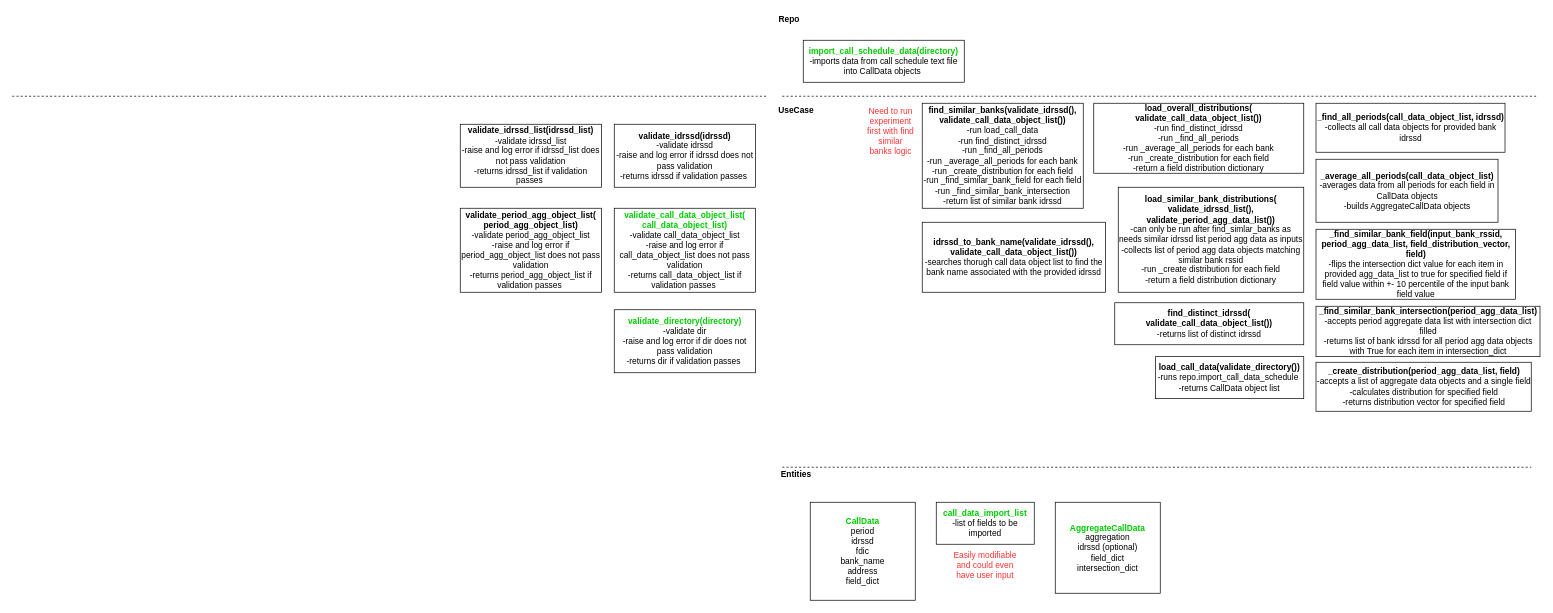
The draw.io diagram page "architecture" (1 of 4) of architecture/bank_like_x_architecture.drawio in JasonBrauer/banklikex, before the edit. Source tidied: cells renumbered, new cells numbered last; positions are measured from the earlier drawing's top-left corner, leaving out a move shared by most shapes. Both pictures are drawn from the tidied source at 70%, with x=0, y=0 at pixel (12, 12).
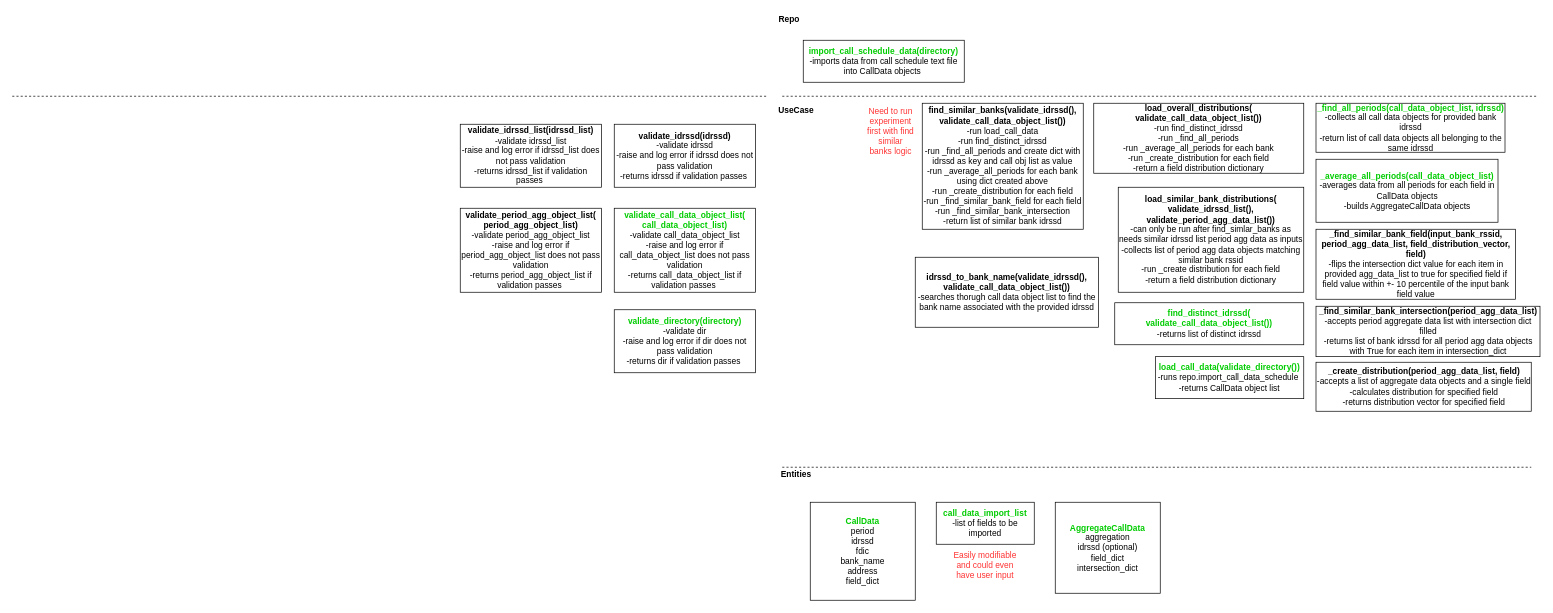
The same page after the edit.

What changed in the source:
```diff
@@
-    <mxCell id="7" value="&lt;b&gt;_average_all_periods(call_data_object_list)&lt;/b&gt;&lt;br&gt;-averages data from all periods for each field in CallData objects&lt;br&gt;-builds AggregateCallData objects" style="rounded=0;whiteSpace=wrap;html=1;" parent="1" vertex="1">
+    <mxCell id="7" value="&lt;b&gt;&lt;font color=&quot;#00cc00&quot;&gt;_average_all_periods(call_data_object_list)&lt;/font&gt;&lt;/b&gt;&lt;br&gt;-averages data from all periods for each field in CallData objects&lt;br&gt;-builds AggregateCallData objects" style="rounded=0;whiteSpace=wrap;html=1;" parent="1" vertex="1">
       <mxGeometry x="1862.5" y="210" width="260" height="90" as="geometry" />
     </mxCell>
@@
-    <mxCell id="9" value="&lt;b&gt;find_similar_banks(validate_idrssd(), validate_call_data_object_list())&lt;/b&gt;&lt;br&gt;-run load_call_data&lt;br&gt;-run find_distinct_idrssd&lt;br&gt;-run _find_all_periods&lt;br&gt;-run _average_all_periods for each bank&lt;br&gt;-run _create_distribution for each field&lt;br&gt;-run _find_similar_bank_field for each field&lt;br&gt;-run _find_similar_bank_intersection&lt;br&gt;-return list of similar bank idrssd" style="rounded=0;whiteSpace=wrap;html=1;" parent="1" vertex="1">
-      <mxGeometry x="1300" y="130" width="230" height="150" as="geometry" />
+    <mxCell id="9" value="&lt;b&gt;find_similar_banks(validate_idrssd(), validate_call_data_object_list())&lt;/b&gt;&lt;br&gt;-run load_call_data&lt;br&gt;-run find_distinct_idrssd&lt;br&gt;-run _find_all_periods and create dict with idrssd as key and call obj list as value&lt;br&gt;-run _average_all_periods for each bank using dict created above&lt;br&gt;-run _create_distribution for each field&lt;br&gt;-run _find_similar_bank_field for each field&lt;br&gt;-run _find_similar_bank_intersection&lt;br&gt;-return list of similar bank idrssd" style="rounded=0;whiteSpace=wrap;html=1;" parent="1" vertex="1">
+      <mxGeometry x="1300" y="130" width="230" height="180" as="geometry" />
     </mxCell>
@@
-    <mxCell id="13" value="&lt;b&gt;_find_all_periods(call_data_object_list, idrssd)&lt;/b&gt;&lt;br&gt;-collects all call data objects for provided bank idrssd" style="rounded=0;whiteSpace=wrap;html=1;" parent="1" vertex="1">
+    <mxCell id="13" value="&lt;b&gt;&lt;font color=&quot;#00cc00&quot;&gt;_find_all_periods(call_data_object_list, idrssd)&lt;/font&gt;&lt;/b&gt;&lt;br&gt;-collects all call data objects for provided bank idrssd&lt;br&gt;-return list of call data objects all belonging to the same idrssd" style="rounded=0;whiteSpace=wrap;html=1;" parent="1" vertex="1">
       <mxGeometry x="1862.5" y="130" width="270" height="70" as="geometry" />
     </mxCell>
-    <mxCell id="14" value="&lt;b&gt;find_distinct_idrssd(&lt;br&gt;validate_call_data_object_list())&lt;/b&gt;&lt;br&gt;-returns list of distinct idrssd" style="rounded=0;whiteSpace=wrap;html=1;" parent="1" vertex="1">
+    <mxCell id="14" value="&lt;b&gt;&lt;font color=&quot;#00cc00&quot;&gt;find_distinct_idrssd(&lt;br&gt;validate_call_data_object_list())&lt;/font&gt;&lt;/b&gt;&lt;br&gt;-returns list of distinct idrssd" style="rounded=0;whiteSpace=wrap;html=1;" parent="1" vertex="1">
       <mxGeometry x="1575" y="415" width="270" height="60" as="geometry" />
     </mxCell>
@@
-    <mxCell id="20" value="&lt;b&gt;load_call_data(validate_directory())&lt;/b&gt;&lt;br&gt;-runs repo.import_call_data_schedule&amp;nbsp;&lt;br&gt;-returns CallData object list" style="rounded=0;whiteSpace=wrap;html=1;" parent="1" vertex="1">
+    <mxCell id="20" value="&lt;b&gt;&lt;font color=&quot;#00cc00&quot;&gt;load_call_data(validate_directory())&lt;/font&gt;&lt;/b&gt;&lt;br&gt;-runs repo.import_call_data_schedule&amp;nbsp;&lt;br&gt;-returns CallData object list" style="rounded=0;whiteSpace=wrap;html=1;" parent="1" vertex="1">
       <mxGeometry x="1633" y="492" width="212" height="60" as="geometry" />
     </mxCell>
@@
     <mxCell id="23" value="&lt;b&gt;idrssd_to_bank_name(validate_idrssd(), validate_call_data_object_list())&lt;/b&gt;&lt;br&gt;-searches thorugh call data object list to find the bank name associated with the provided idrssd" style="rounded=0;whiteSpace=wrap;html=1;" parent="1" vertex="1">
-      <mxGeometry x="1300" y="300" width="262" height="100" as="geometry" />
+      <mxGeometry x="1290" y="350" width="262" height="100" as="geometry" />
     </mxCell>
```
